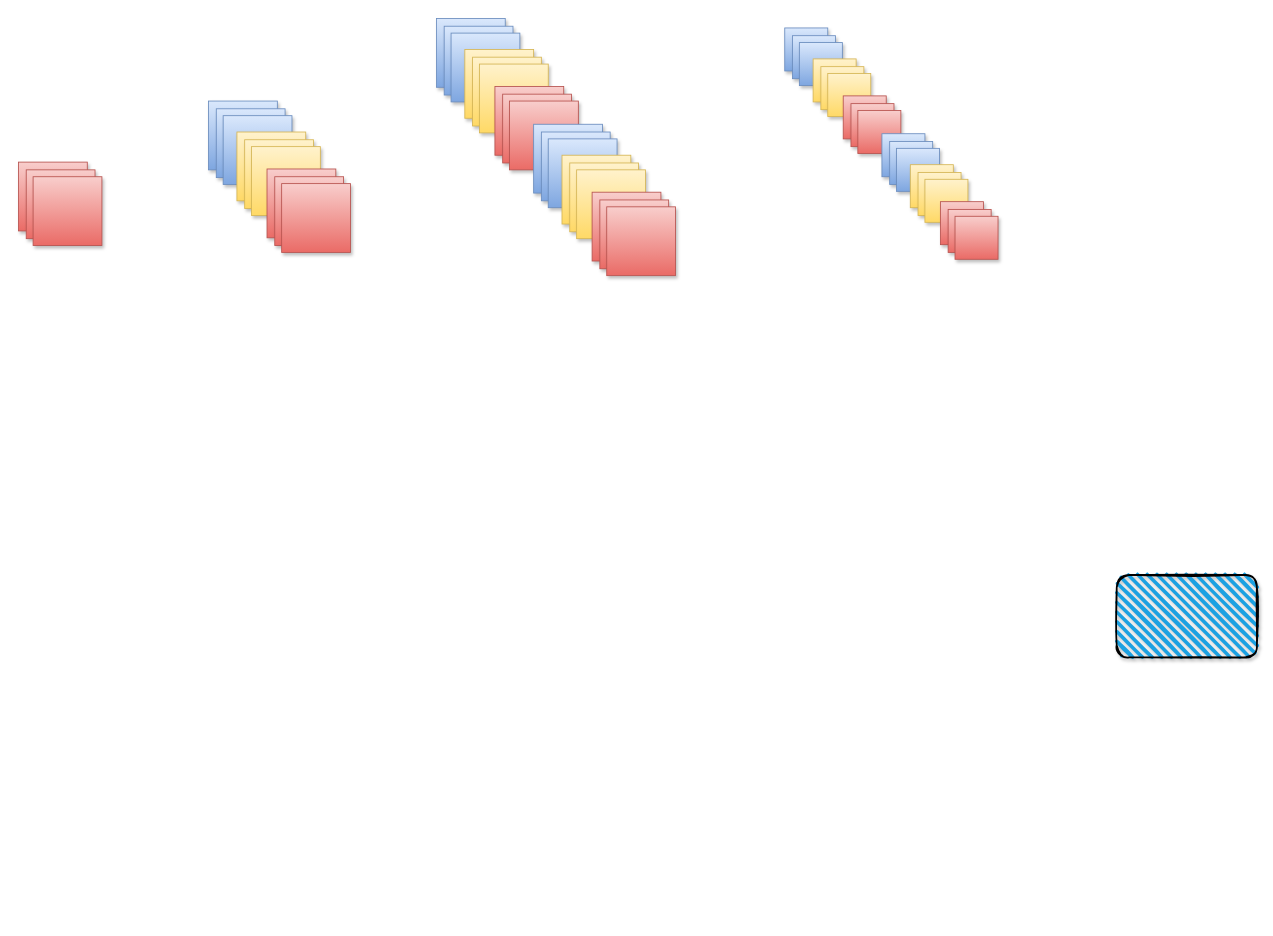
This is Untitled Diagram.drawio from yzfzzz/DrawImage, a draw.io file, before an edit. Source tidied: cells renumbered, new cells numbered last; positions are measured from the earlier drawing's top-left corner, leaving out a move shared by most shapes. Both pictures are drawn from the tidied source at 86%, with x=0, y=0 at pixel (18, 15).
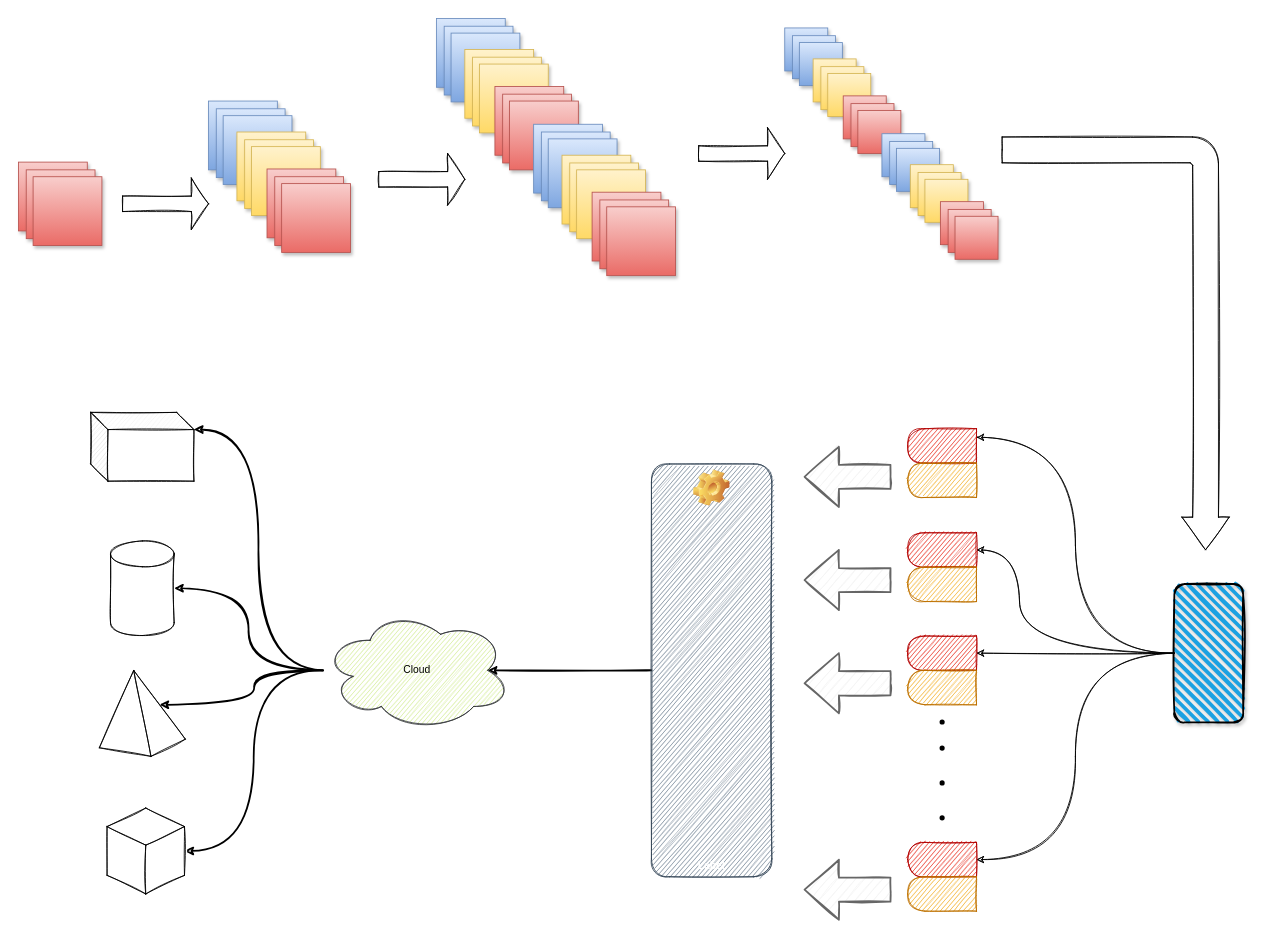
The same diagram, later.

What changed in the source:
```diff
@@
+    <mxCell id="64" style="edgeStyle=orthogonalEdgeStyle;jettySize=auto;html=1;entryX=0;entryY=0.75;entryDx=0;entryDy=0;sketch=1;curved=1;" parent="1" edge="1" source="63" target="69">
+      <mxGeometry relative="1" as="geometry" />
+    </mxCell>
+    <mxCell id="65" style="edgeStyle=orthogonalEdgeStyle;curved=1;sketch=1;jettySize=auto;html=1;" parent="1" edge="1" source="63" target="72">
+      <mxGeometry relative="1" as="geometry">
+        <Array as="points">
+          <mxPoint x="1164" y="742" />
+          <mxPoint x="1164" y="622" />
+        </Array>
+      </mxGeometry>
+    </mxCell>
+    <mxCell id="66" style="edgeStyle=orthogonalEdgeStyle;curved=1;sketch=1;jettySize=auto;html=1;entryX=0;entryY=0.5;entryDx=0;entryDy=0;" parent="1" edge="1" source="63" target="75">
+      <mxGeometry relative="1" as="geometry" />
+    </mxCell>
+    <mxCell id="67" style="edgeStyle=orthogonalEdgeStyle;curved=1;sketch=1;jettySize=auto;html=1;entryX=0;entryY=0.5;entryDx=0;entryDy=0;" parent="1" edge="1" source="63" target="78">
+      <mxGeometry relative="1" as="geometry" />
+    </mxCell>
     <mxCell id="63" style="rounded=1;whiteSpace=wrap;html=1;strokeWidth=2;fillWeight=4;hachureGap=8;hachureAngle=45;fillColor=#1ba1e2;sketch=1;shadow=1;" parent="1" vertex="1">
-      <mxGeometry x="1277" y="651" width="163" height="96" as="geometry" />
+      <mxGeometry x="1344" y="661.5" width="80" height="161" as="geometry" />
     </mxCell>
+    <mxCell id="68" style="group;" parent="1" vertex="1">
+      <mxGeometry x="1034" y="481" width="80" height="80" as="geometry" />
+    </mxCell>
+    <mxCell id="69" style="shape=delay;whiteSpace=wrap;html=1;shadow=0;sketch=1;direction=west;fillColor=#e51400;strokeColor=#B20000;fontColor=#ffffff;" parent="68" vertex="1">
+      <mxGeometry width="80" height="40" as="geometry" />
+    </mxCell>
+    <mxCell id="70" style="shape=delay;whiteSpace=wrap;html=1;shadow=0;sketch=1;direction=west;fillColor=#f0a30a;strokeColor=#BD7000;fontColor=#000000;" parent="68" vertex="1">
+      <mxGeometry y="40" width="80" height="40" as="geometry" />
+    </mxCell>
+    <mxCell id="71" style="group;" parent="1" vertex="1">
+      <mxGeometry x="1034" y="602" width="80" height="80" as="geometry" />
+    </mxCell>
+    <mxCell id="72" style="shape=delay;whiteSpace=wrap;html=1;shadow=0;sketch=1;direction=west;fillColor=#e51400;strokeColor=#B20000;fontColor=#ffffff;" parent="71" vertex="1">
+      <mxGeometry width="80" height="40" as="geometry" />
+    </mxCell>
+    <mxCell id="73" style="shape=delay;whiteSpace=wrap;html=1;shadow=0;sketch=1;direction=west;fillColor=#f0a30a;strokeColor=#BD7000;fontColor=#000000;" parent="71" vertex="1">
+      <mxGeometry y="40" width="80" height="40" as="geometry" />
+    </mxCell>
+    <mxCell id="74" style="group;" parent="1" vertex="1">
+      <mxGeometry x="1034" y="722" width="80" height="80" as="geometry" />
+    </mxCell>
+    <mxCell id="75" style="shape=delay;whiteSpace=wrap;html=1;shadow=0;sketch=1;direction=west;fillColor=#e51400;strokeColor=#B20000;fontColor=#ffffff;" parent="74" vertex="1">
+      <mxGeometry width="80" height="40" as="geometry" />
+    </mxCell>
+    <mxCell id="76" style="shape=delay;whiteSpace=wrap;html=1;shadow=0;sketch=1;direction=west;fillColor=#f0a30a;strokeColor=#BD7000;fontColor=#000000;" parent="74" vertex="1">
+      <mxGeometry y="40" width="80" height="40" as="geometry" />
+    </mxCell>
+    <mxCell id="77" style="group;" parent="1" vertex="1">
+      <mxGeometry x="1034" y="962" width="80" height="80" as="geometry" />
+    </mxCell>
+    <mxCell id="78" style="shape=delay;whiteSpace=wrap;html=1;shadow=0;sketch=1;direction=west;fillColor=#e51400;strokeColor=#B20000;fontColor=#ffffff;" parent="77" vertex="1">
+      <mxGeometry width="80" height="40" as="geometry" />
+    </mxCell>
+    <mxCell id="79" style="shape=delay;whiteSpace=wrap;html=1;shadow=0;sketch=1;direction=west;fillColor=#f0a30a;strokeColor=#BD7000;fontColor=#000000;" parent="77" vertex="1">
+      <mxGeometry y="40" width="80" height="40" as="geometry" />
+    </mxCell>
+    <mxCell id="80" style="group;flipH=1;" parent="1" vertex="1">
+      <mxGeometry x="1054" y="802" width="39" height="152" as="geometry" />
+    </mxCell>
+    <mxCell id="81" style="shape=waypoint;sketch=0;fillStyle=solid;size=6;fillColor=none;perimeter=centerPerimeter;shadow=0;" parent="80" vertex="1">
+      <mxGeometry width="40" height="40" as="geometry" />
+    </mxCell>
+    <mxCell id="82" style="shape=waypoint;sketch=0;fillStyle=solid;size=6;fillColor=none;perimeter=centerPerimeter;shadow=0;" parent="80" vertex="1">
+      <mxGeometry y="30.4" width="40" height="40" as="geometry" />
+    </mxCell>
+    <mxCell id="83" style="shape=waypoint;sketch=0;fillStyle=solid;size=6;fillColor=none;perimeter=centerPerimeter;shadow=0;" parent="80" vertex="1">
+      <mxGeometry y="70.9" width="40" height="40" as="geometry" />
+    </mxCell>
+    <mxCell id="84" style="shape=waypoint;sketch=0;fillStyle=solid;size=6;fillColor=none;perimeter=centerPerimeter;shadow=0;" parent="80" vertex="1">
+      <mxGeometry y="111.5" width="40" height="40" as="geometry" />
+    </mxCell>
+    <mxCell id="85" style="edgeStyle=orthogonalEdgeStyle;curved=1;sketch=1;jettySize=auto;html=1;entryX=0.875;entryY=0.5;entryDx=0;entryDy=0;entryPerimeter=0;strokeWidth=2;" parent="1" edge="1" source="86" target="91">
+      <mxGeometry relative="1" as="geometry" />
+    </mxCell>
+    <mxCell id="86" value="Label" style="label;whiteSpace=wrap;html=1;align=center;verticalAlign=bottom;spacingLeft=0;spacingBottom=4;imageAlign=center;imageVerticalAlign=top;image=img/clipart/Gear_128x128.png;shadow=0;sketch=1;fillColor=#647687;strokeColor=#314354;fontColor=#ffffff;" parent="1" vertex="1">
+      <mxGeometry x="736" y="522" width="140" height="480" as="geometry" />
+    </mxCell>
+    <mxCell id="87" style="edgeStyle=orthogonalEdgeStyle;curved=1;sketch=1;jettySize=auto;html=1;entryX=0;entryY=0;entryDx=119.99999999999999;entryDy=20;entryPerimeter=0;strokeWidth=2;" parent="1" edge="1" source="91" target="93">
+      <mxGeometry relative="1" as="geometry" />
+    </mxCell>
+    <mxCell id="88" style="edgeStyle=orthogonalEdgeStyle;curved=1;sketch=1;jettySize=auto;html=1;entryX=1;entryY=0.5;entryDx=0;entryDy=0;entryPerimeter=0;strokeWidth=2;" parent="1" edge="1" source="91" target="94">
+      <mxGeometry relative="1" as="geometry" />
+    </mxCell>
+    <mxCell id="89" style="edgeStyle=orthogonalEdgeStyle;curved=1;sketch=1;jettySize=auto;html=1;entryX=0;entryY=0;entryDx=70;entryDy=40;entryPerimeter=0;strokeWidth=2;" parent="1" edge="1" source="91" target="92">
+      <mxGeometry relative="1" as="geometry" />
+    </mxCell>
+    <mxCell id="90" style="edgeStyle=orthogonalEdgeStyle;curved=1;sketch=1;jettySize=auto;html=1;entryX=1;entryY=0.5;entryDx=0;entryDy=0;entryPerimeter=0;strokeWidth=2;" parent="1" edge="1" source="91" target="95">
+      <mxGeometry relative="1" as="geometry" />
+    </mxCell>
+    <mxCell id="91" value="Cloud" style="ellipse;shape=cloud;whiteSpace=wrap;html=1;align=center;shadow=0;sketch=1;fillColor=#cdeb8b;strokeColor=#36393d;" parent="1" vertex="1">
+      <mxGeometry x="354" y="692" width="219" height="140" as="geometry" />
+    </mxCell>
+    <mxCell id="92" style="verticalLabelPosition=bottom;verticalAlign=top;html=1;shape=mxgraph.basic.pyramid;dx1=0.4;dx2=0.6;dy1=0.9;dy2=0.8;shadow=0;sketch=1;" parent="1" vertex="1">
+      <mxGeometry x="94" y="762" width="100" height="100" as="geometry" />
+    </mxCell>
+    <mxCell id="93" style="shape=cube;whiteSpace=wrap;html=1;boundedLbl=1;backgroundOutline=1;darkOpacity=0.05;darkOpacity2=0.1;shadow=0;sketch=1;" parent="1" vertex="1">
+      <mxGeometry x="84" y="462" width="120" height="80" as="geometry" />
+    </mxCell>
+    <mxCell id="94" style="shape=cylinder3;whiteSpace=wrap;html=1;boundedLbl=1;backgroundOutline=1;size=15;shadow=0;sketch=1;" parent="1" vertex="1">
+      <mxGeometry x="107" y="611.5" width="74" height="110" as="geometry" />
+    </mxCell>
+    <mxCell id="95" style="html=1;whiteSpace=wrap;shape=isoCube2;backgroundOutline=1;isoAngle=15;shadow=0;sketch=1;" parent="1" vertex="1">
+      <mxGeometry x="103" y="922" width="90" height="100" as="geometry" />
+    </mxCell>
+    <mxCell id="96" style="shape=singleArrow;whiteSpace=wrap;html=1;shadow=0;sketch=1;" parent="1" vertex="1">
+      <mxGeometry x="121" y="189.5" width="100" height="60" as="geometry" />
+    </mxCell>
+    <mxCell id="97" style="shape=singleArrow;whiteSpace=wrap;html=1;shadow=0;sketch=1;" parent="1" vertex="1">
+      <mxGeometry x="419" y="161" width="100" height="60" as="geometry" />
+    </mxCell>
+    <mxCell id="98" style="shape=singleArrow;whiteSpace=wrap;html=1;shadow=0;sketch=1;" parent="1" vertex="1">
+      <mxGeometry x="791" y="131" width="100" height="60" as="geometry" />
+    </mxCell>
+    <mxCell id="99" style="html=1;shadow=0;dashed=0;align=center;verticalAlign=middle;shape=mxgraph.arrows2.bendArrow;dy=15;dx=38;notch=0;arrowHead=55;rounded=1;sketch=1;rotation=90;" parent="1" vertex="1">
+      <mxGeometry x="1035.8" y="249.8" width="480" height="264" as="geometry" />
+    </mxCell>
+    <mxCell id="100" style="verticalLabelPosition=bottom;verticalAlign=top;html=1;strokeWidth=2;shape=mxgraph.arrows2.arrow;dy=0.6;dx=40;notch=0;shadow=0;sketch=1;direction=west;fillColor=#f5f5f5;fontColor=#333333;strokeColor=#666666;" parent="1" vertex="1">
+      <mxGeometry x="914" y="502" width="100" height="70" as="geometry" />
+    </mxCell>
+    <mxCell id="101" style="verticalLabelPosition=bottom;verticalAlign=top;html=1;strokeWidth=2;shape=mxgraph.arrows2.arrow;dy=0.6;dx=40;notch=0;shadow=0;sketch=1;direction=west;fillColor=#f5f5f5;fontColor=#333333;strokeColor=#666666;" parent="1" vertex="1">
+      <mxGeometry x="914" y="622" width="100" height="70" as="geometry" />
+    </mxCell>
+    <mxCell id="102" style="verticalLabelPosition=bottom;verticalAlign=top;html=1;strokeWidth=2;shape=mxgraph.arrows2.arrow;dy=0.6;dx=40;notch=0;shadow=0;sketch=1;direction=west;fillColor=#f5f5f5;fontColor=#333333;strokeColor=#666666;" parent="1" vertex="1">
+      <mxGeometry x="914" y="742" width="100" height="70" as="geometry" />
+    </mxCell>
+    <mxCell id="103" style="verticalLabelPosition=bottom;verticalAlign=top;html=1;strokeWidth=2;shape=mxgraph.arrows2.arrow;dy=0.6;dx=40;notch=0;shadow=0;sketch=1;direction=west;fillColor=#f5f5f5;fontColor=#333333;strokeColor=#666666;" parent="1" vertex="1">
+      <mxGeometry x="914" y="982" width="100" height="70" as="geometry" />
+    </mxCell>
```
